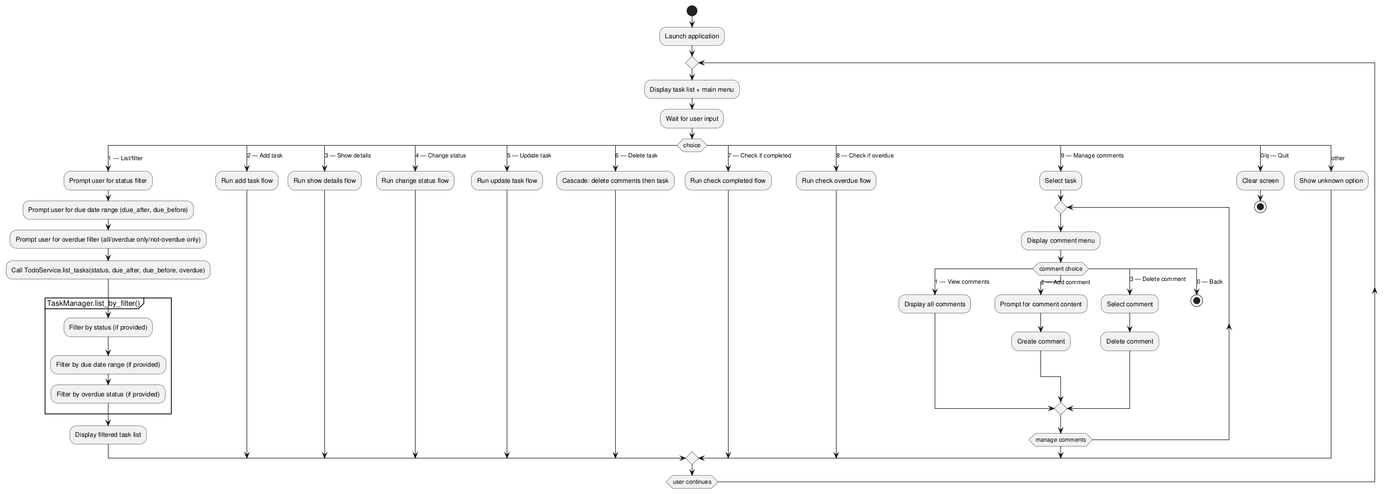
The PlantUML diagram experiments/pipeline/structured_text/TODO/artifacts/activity_diagram.png in DanielRiha8906/Software_autoevolution_using_agents, before a commit.
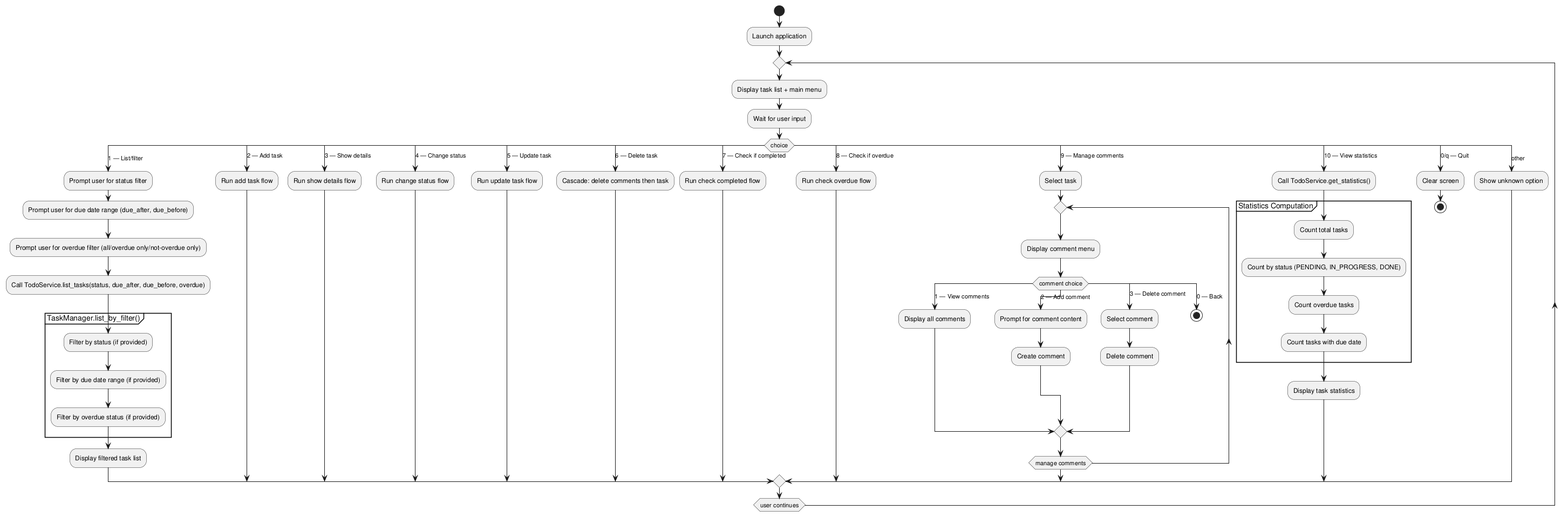
The same file after the commit.

Diff of the diagram source:
```diff
@@ -50,6 +50,15 @@
             stop
         endswitch
       repeat while (manage comments)
+    case (10 — View statistics)
+      :Call TodoService.get_statistics();
+      partition "Statistics Computation" {
+        :Count total tasks;
+        :Count by status (PENDING, IN_PROGRESS, DONE);
+        :Count overdue tasks;
+        :Count tasks with due date;
+      }
+      :Display task statistics;
     case (0/q — Quit)
       :Clear screen;
       stop
```
